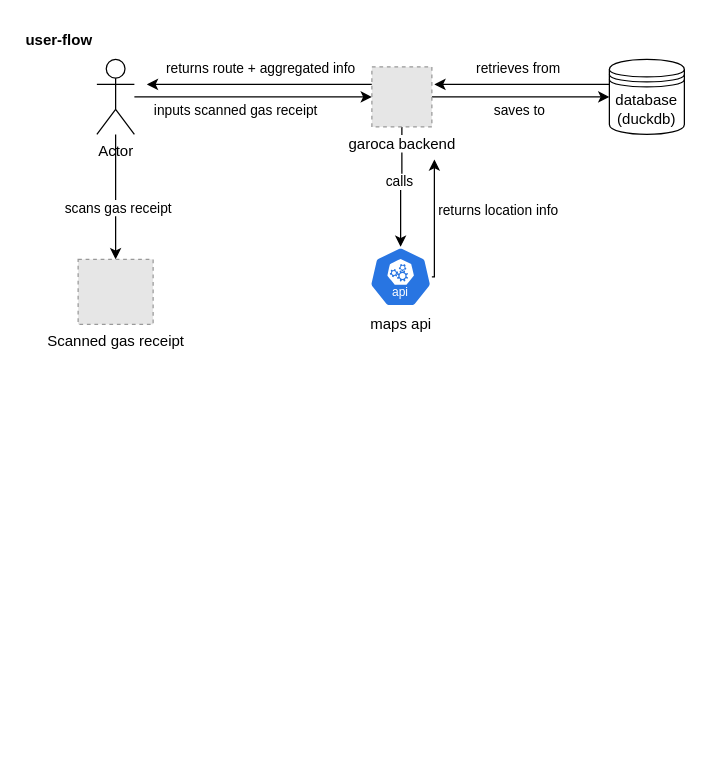
Mokohn/GAROCA keeps this draw.io diagram as src/garoca/garoca_flows.drawio. Above is the earlier version. Source tidied: cells renumbered, new cells numbered last; positions are measured from the earlier drawing's top-left corner, leaving out a move shared by most shapes. Both pictures are drawn from the tidied source at 125%, with x=0, y=0 at pixel (21, 21). Pictures stored in the file or linked from it are replaced by grey dashed boxes.
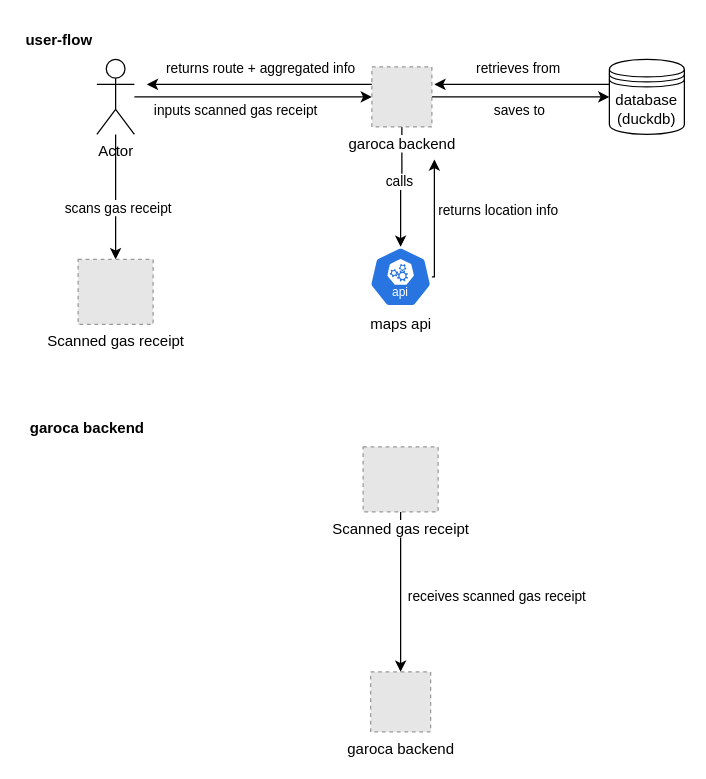
The same diagram, later.

Commit message:
add garoca backend

What changed in the source:
```diff
@@
+    <mxCell id="22" value="&lt;b&gt;garoca backend&lt;/b&gt;" style="text;html=1;whiteSpace=wrap;strokeColor=none;fillColor=none;align=center;verticalAlign=middle;rounded=0;" parent="1" vertex="1">
+      <mxGeometry y="310" width="105" height="30" as="geometry" />
+    </mxCell>
+    <mxCell id="23" value="&lt;div&gt;garoca backend&lt;/div&gt;" style="fillColor=#E6E6E6;strokeColor=#999999;dashed=1;html=1;verticalAlign=top;verticalLabelPosition=bottom;labelBackgroundColor=#ffffff;" parent="1" vertex="1">
+      <mxGeometry x="279" y="520" width="48" height="48" as="geometry" />
+    </mxCell>
+    <mxCell id="24" style="edgeStyle=orthogonalEdgeStyle;rounded=0;jettySize=auto;html=1;" parent="1" edge="1" source="26" target="23">
+      <mxGeometry relative="1" as="geometry" />
+    </mxCell>
+    <mxCell id="25" value="receives scanned gas receipt" style="edgeLabel;html=1;align=center;verticalAlign=middle;" parent="24" vertex="1">
+      <mxGeometry x="-0.03" relative="1" as="geometry">
+        <mxPoint x="76" y="5" as="offset" />
+      </mxGeometry>
+    </mxCell>
+    <mxCell id="26" value="Scanned gas receipt" style="fillColor=#E6E6E6;strokeColor=#999999;dashed=1;html=1;verticalAlign=top;verticalLabelPosition=bottom;labelBackgroundColor=#ffffff;" parent="1" vertex="1">
+      <mxGeometry x="273" y="340" width="60" height="52" as="geometry" />
+    </mxCell>
```
